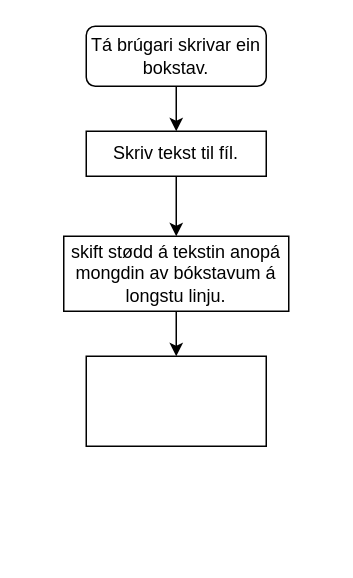
Brian-ED/text-editor keeps this draw.io diagram as docs/Untitled Diagram.drawio. Above is the earlier version. Source tidied: cells renumbered, new cells numbered last; positions are measured from the earlier drawing's top-left corner, leaving out a move shared by most shapes. Both pictures are drawn from the tidied source at 150%, with x=0, y=0 at pixel (63, 26).
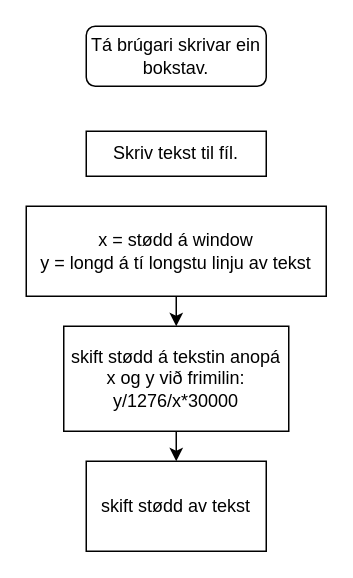
After the change.

What changed in the source:
```diff
@@
 <mxGraphModel>
   <root>
     <mxCell id="0" />
     <mxCell id="1" parent="0" />
-    <mxCell id="2" style="edgeStyle=orthogonalEdgeStyle;rounded=0;jettySize=auto;html=1;exitX=0.5;exitY=1;exitDx=0;exitDy=0;entryX=0.5;entryY=0;entryDx=0;entryDy=0;" parent="1" edge="1" source="3" target="5">
-      <mxGeometry relative="1" as="geometry" />
-    </mxCell>
     <mxCell id="3" value="&lt;div&gt;Tá brúgari skrivar ein bokstav.&lt;/div&gt;" style="rounded=1;whiteSpace=wrap;html=1;fontSize=12;glass=0;strokeWidth=1;shadow=0;" parent="1" vertex="1">
       <mxGeometry x="15" width="120" height="40" as="geometry" />
     </mxCell>
-    <mxCell id="4" style="edgeStyle=orthogonalEdgeStyle;rounded=0;jettySize=auto;html=1;exitX=0.5;exitY=1;exitDx=0;exitDy=0;" parent="1" edge="1" source="5" target="7">
-      <mxGeometry relative="1" as="geometry" />
-    </mxCell>
     <mxCell id="5" value="&lt;div&gt;Skriv tekst til fíl.&lt;/div&gt;&lt;div style=&quot;display:none&quot; id=&quot;SDCloudData&quot;&gt;,&lt;br&gt;&lt;/div&gt;" style="rounded=0;whiteSpace=wrap;html=1;" parent="1" vertex="1">
       <mxGeometry x="15" y="70" width="120" height="30" as="geometry" />
     </mxCell>
     <mxCell id="6" style="edgeStyle=orthogonalEdgeStyle;rounded=0;jettySize=auto;html=1;exitX=0.5;exitY=1;exitDx=0;exitDy=0;entryX=0.5;entryY=0;entryDx=0;entryDy=0;" parent="1" edge="1" source="7" target="8">
       <mxGeometry relative="1" as="geometry" />
     </mxCell>
-    <mxCell id="7" value="&lt;div&gt;skift stødd á tekstin anopá mongdin av bókstavum á longstu linju.&lt;br&gt;&lt;/div&gt;" style="rounded=0;whiteSpace=wrap;html=1;" parent="1" vertex="1">
-      <mxGeometry y="140" width="150" height="50" as="geometry" />
+    <mxCell id="7" value="&lt;div&gt;skift stødd á tekstin anopá x og y við frimilin:&lt;/div&gt;&lt;div&gt;y/1276/x*30000&lt;/div&gt;" style="rounded=0;whiteSpace=wrap;html=1;" parent="1" vertex="1">
+      <mxGeometry y="200" width="150" height="70" as="geometry" />
     </mxCell>
-    <mxCell id="8" style="rounded=0;whiteSpace=wrap;html=1;" parent="1" vertex="1">
-      <mxGeometry x="15" y="220" width="120" height="60" as="geometry" />
+    <mxCell id="8" value="skift stødd av tekst" style="rounded=0;whiteSpace=wrap;html=1;" parent="1" vertex="1">
+      <mxGeometry x="15" y="290" width="120" height="60" as="geometry" />
     </mxCell>
+    <mxCell id="9" style="edgeStyle=orthogonalEdgeStyle;rounded=0;jettySize=auto;html=1;exitX=0.5;exitY=1;exitDx=0;exitDy=0;entryX=0.5;entryY=0;entryDx=0;entryDy=0;" parent="1" edge="1" source="10" target="7">
+      <mxGeometry relative="1" as="geometry" />
+    </mxCell>
+    <mxCell id="10" value="&lt;div&gt;x = stødd á window&lt;/div&gt;&lt;div&gt;y = longd á tí longstu linju av tekst&lt;br&gt;&lt;/div&gt;" style="rounded=0;whiteSpace=wrap;html=1;" parent="1" vertex="1">
+      <mxGeometry x="-25" y="120" width="200" height="60" as="geometry" />
+    </mxCell>
   </root>
 </mxGraphModel>
```
